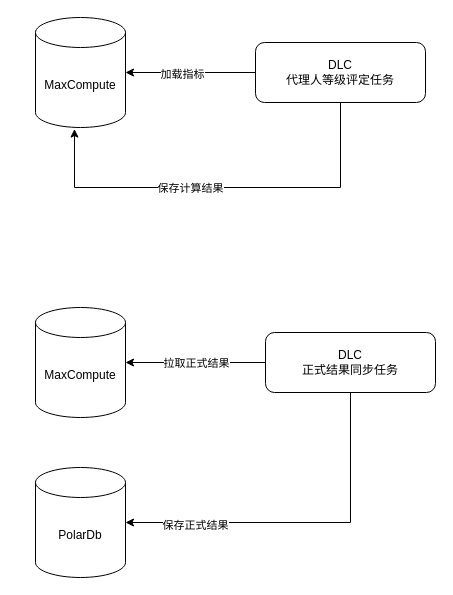
Before: 友邦/友邦等级评定数据流.drawio in XiaoLiuAI/diagrams, a draw.io diagram. Source tidied: cells renumbered, new cells numbered last; positions are measured from the earlier drawing's top-left corner, leaving out a move shared by most shapes. Both pictures are drawn from the tidied source at 100%, with x=0, y=0 at pixel (35, 17).
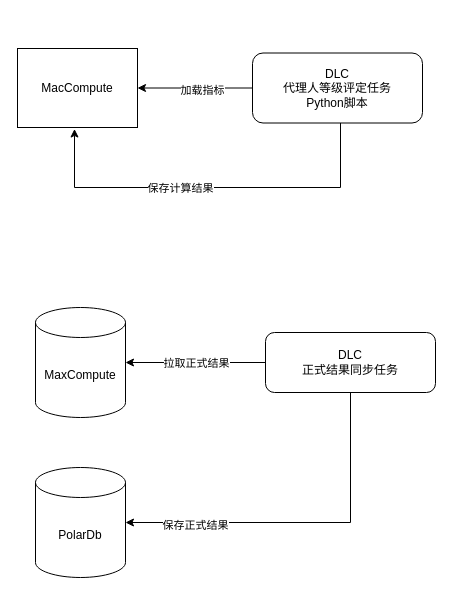
The same page after the edit.

Commit message (it also covers changes not shown here):
Update 友邦等级评定数据流.drawio

The edit, as a diff of the source:
```diff
@@
 <mxGraphModel>
   <root>
     <mxCell id="0" />
     <mxCell id="1" parent="0" />
-    <mxCell id="2" value="MaxCompute" style="shape=cylinder3;whiteSpace=wrap;html=1;boundedLbl=1;backgroundOutline=1;size=15;" parent="1" vertex="1">
-      <mxGeometry width="90" height="110" as="geometry" />
-    </mxCell>
-    <mxCell id="3" style="edgeStyle=orthogonalEdgeStyle;rounded=0;jettySize=auto;html=1;" parent="1" edge="1" source="5" target="2">
-      <mxGeometry relative="1" as="geometry" />
-    </mxCell>
+    <mxCell id="15" style="edgeStyle=orthogonalEdgeStyle;rounded=0;jettySize=auto;html=1;" parent="1" edge="1" source="5" target="16">
+      <mxGeometry relative="1" as="geometry" />
+    </mxCell>
-    <mxCell id="4" value="加载指标" style="edgeLabel;html=1;align=center;verticalAlign=middle;" parent="3" vertex="1">
-      <mxGeometry x="0.14" y="1" relative="1" as="geometry" />
+    <mxCell id="4" value="加载指标" style="edgeLabel;html=1;align=center;verticalAlign=middle;" parent="15" vertex="1">
+      <mxGeometry x="-0.11" y="2" relative="1" as="geometry" />
     </mxCell>
-    <mxCell id="5" value="DLC&lt;div&gt;代理人等级评定任务&lt;/div&gt;" style="rounded=1;whiteSpace=wrap;html=1;" parent="1" vertex="1">
-      <mxGeometry x="220" y="25" width="170" height="60" as="geometry" />
+    <mxCell id="5" value="DLC&lt;div&gt;代理人等级评定任务&lt;/div&gt;&lt;div&gt;Python脚本&lt;/div&gt;" style="rounded=1;whiteSpace=wrap;html=1;" parent="1" vertex="1">
+      <mxGeometry x="217" y="35.5" width="170" height="70" as="geometry" />
     </mxCell>
-    <mxCell id="6" style="edgeStyle=orthogonalEdgeStyle;rounded=0;jettySize=auto;html=1;entryX=0.433;entryY=1.014;entryDx=0;entryDy=0;entryPerimeter=0;" parent="1" edge="1" source="5" target="2">
+    <mxCell id="6" style="edgeStyle=orthogonalEdgeStyle;rounded=0;jettySize=auto;html=1;entryX=0.433;entryY=1.014;entryDx=0;entryDy=0;entryPerimeter=0;" parent="1" edge="1" source="5">
       <mxGeometry relative="1" as="geometry">
+        <mxPoint x="39" y="111.5" as="targetPoint" />
         <Array as="points">
           <mxPoint x="305" y="170" />
           <mxPoint x="39" y="170" />
         </Array>
       </mxGeometry>
     </mxCell>
     <mxCell id="7" value="保存计算结果" style="edgeLabel;html=1;align=center;verticalAlign=middle;" parent="6" vertex="1">
       <mxGeometry x="0.13" y="4" relative="1" as="geometry">
         <mxPoint x="-5" y="-4" as="offset" />
       </mxGeometry>
     </mxCell>
     <mxCell id="8" value="MaxCompute" style="shape=cylinder3;whiteSpace=wrap;html=1;boundedLbl=1;backgroundOutline=1;size=15;" parent="1" vertex="1">
       <mxGeometry y="290" width="90" height="110" as="geometry" />
     </mxCell>
     <mxCell id="9" style="edgeStyle=orthogonalEdgeStyle;rounded=0;jettySize=auto;html=1;" parent="1" edge="1" source="11" target="8">
       <mxGeometry relative="1" as="geometry" />
     </mxCell>
     <mxCell id="10" value="拉取正式结果" style="edgeLabel;html=1;align=center;verticalAlign=middle;" parent="9" vertex="1">
       <mxGeometry x="0.1" y="-1" relative="1" as="geometry">
         <mxPoint x="7" y="1" as="offset" />
       </mxGeometry>
     </mxCell>
     <mxCell id="11" value="DLC&lt;div&gt;正式结果同步任务&lt;/div&gt;" style="rounded=1;whiteSpace=wrap;html=1;" parent="1" vertex="1">
       <mxGeometry x="230" y="315" width="170" height="60" as="geometry" />
     </mxCell>
     <mxCell id="12" value="PolarDb" style="shape=cylinder3;whiteSpace=wrap;html=1;boundedLbl=1;backgroundOutline=1;size=15;" parent="1" vertex="1">
       <mxGeometry y="450" width="90" height="110" as="geometry" />
     </mxCell>
     <mxCell id="13" style="edgeStyle=orthogonalEdgeStyle;rounded=0;jettySize=auto;html=1;entryX=1;entryY=0.5;entryDx=0;entryDy=0;entryPerimeter=0;" parent="1" edge="1" source="11" target="12">
       <mxGeometry relative="1" as="geometry">
         <Array as="points">
           <mxPoint x="315" y="505" />
         </Array>
       </mxGeometry>
     </mxCell>
     <mxCell id="14" value="保存正式结果" style="edgeLabel;html=1;align=center;verticalAlign=middle;" parent="13" vertex="1">
       <mxGeometry x="0.61" y="2" relative="1" as="geometry" />
     </mxCell>
+    <mxCell id="16" value="MacCompute" style="rounded=0;whiteSpace=wrap;html=1;" parent="1" vertex="1">
+      <mxGeometry x="-18" y="31" width="120" height="79" as="geometry" />
+    </mxCell>
   </root>
 </mxGraphModel>
```
